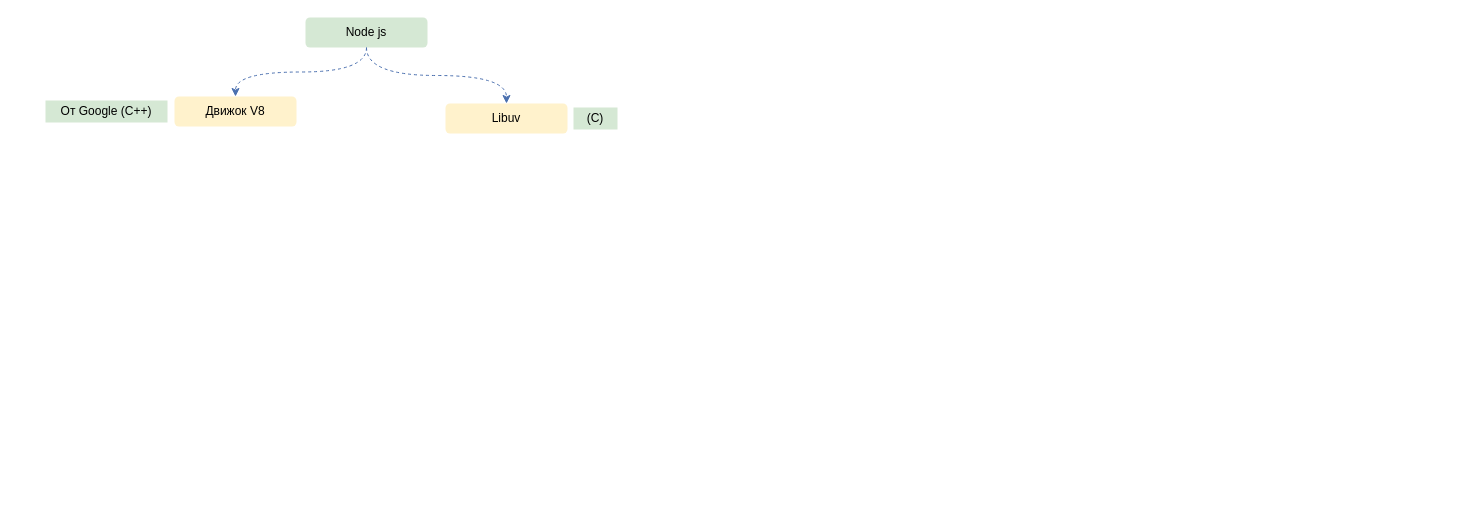
Earlier version of the draw.io diagram Nodejs.drawio (orlov-oleg-developer/uml-diagrams). Source tidied: cells renumbered, new cells numbered last; positions are measured from the earlier drawing's top-left corner, leaving out a move shared by most shapes. Both pictures are drawn from the tidied source at 100%, with x=0, y=0 at pixel (45, 17).
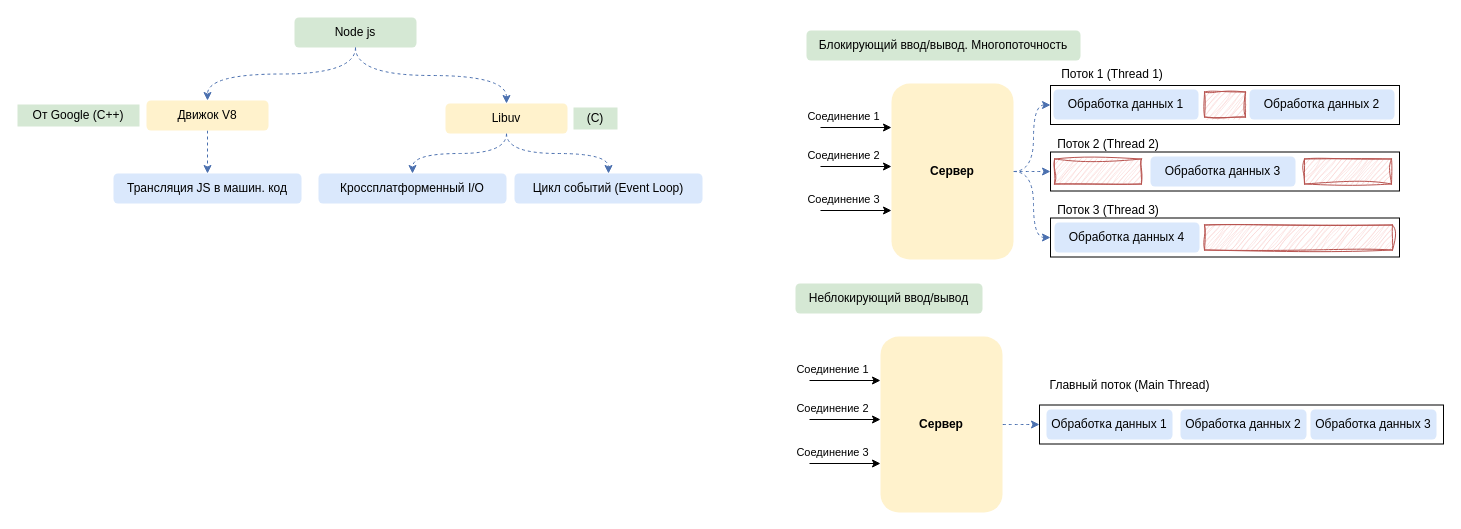
Above is the later version.

Unchanged cells that the change refers to:
```xml
<mxCell id="5" value="Libuv" style="text;html=1;strokeColor=none;fillColor=#fff2cc;align=center;verticalAlign=middle;whiteSpace=wrap;rounded=1;" parent="1" vertex="1">
  <mxGeometry x="400" y="86" width="122" height="30" as="geometry" />
</mxCell>
```

Change to the diagram source:
```diff
@@
+    <mxCell id="9" style="rounded=0;whiteSpace=wrap;html=1;fillColor=none;" parent="1" vertex="1">
+      <mxGeometry x="994" y="387.5" width="404" height="39" as="geometry" />
+    </mxCell>
@@
     <mxCell id="3" value="Node js" style="text;html=1;strokeColor=none;fillColor=#d5e8d4;align=center;verticalAlign=middle;whiteSpace=wrap;rounded=1;" parent="1" vertex="1">
-      <mxGeometry x="260" width="122" height="30" as="geometry" />
+      <mxGeometry x="249" width="122" height="30" as="geometry" />
     </mxCell>
+    <mxCell id="10" style="edgeStyle=orthogonalEdgeStyle;rounded=0;jettySize=auto;html=1;entryX=0.5;entryY=0;entryDx=0;entryDy=0;strokeColor=#4B70AF;dashed=1;fillColor=#1ba1e2;" parent="1" edge="1" source="4" target="13">
+      <mxGeometry relative="1" as="geometry" />
+    </mxCell>
     <mxCell id="4" value="Движок V8" style="text;html=1;strokeColor=none;fillColor=#fff2cc;align=center;verticalAlign=middle;whiteSpace=wrap;rounded=1;" parent="1" vertex="1">
-      <mxGeometry x="129" y="79" width="122" height="30" as="geometry" />
+      <mxGeometry x="101" y="83" width="122" height="30" as="geometry" />
     </mxCell>
+    <mxCell id="11" style="edgeStyle=orthogonalEdgeStyle;rounded=0;jettySize=auto;html=1;entryX=0.5;entryY=0;entryDx=0;entryDy=0;strokeColor=#4B70AF;dashed=1;fillColor=#1ba1e2;curved=1;" parent="1" edge="1" source="5" target="14">
+      <mxGeometry relative="1" as="geometry" />
+    </mxCell>
+    <mxCell id="12" style="edgeStyle=orthogonalEdgeStyle;rounded=0;jettySize=auto;html=1;entryX=0.5;entryY=0;entryDx=0;entryDy=0;strokeColor=#4B70AF;dashed=1;fillColor=#1ba1e2;curved=1;" parent="1" edge="1" source="5" target="15">
+      <mxGeometry relative="1" as="geometry" />
+    </mxCell>
@@
     <mxCell id="7" value="От Google (C++)" style="text;html=1;strokeColor=none;fillColor=#d5e8d4;align=center;verticalAlign=middle;whiteSpace=wrap;rounded=0;" parent="1" vertex="1">
-      <mxGeometry y="83" width="122" height="22" as="geometry" />
+      <mxGeometry x="-28" y="87" width="122" height="22" as="geometry" />
     </mxCell>
@@
+    <mxCell id="13" value="Трансляция JS в машин. код" style="text;html=1;strokeColor=none;fillColor=#dae8fc;align=center;verticalAlign=middle;whiteSpace=wrap;rounded=1;" parent="1" vertex="1">
+      <mxGeometry x="68" y="156" width="188" height="30" as="geometry" />
+    </mxCell>
+    <mxCell id="14" value="Кроссплатформенный I/O" style="text;html=1;strokeColor=none;fillColor=#dae8fc;align=center;verticalAlign=middle;whiteSpace=wrap;rounded=1;" parent="1" vertex="1">
+      <mxGeometry x="273" y="156" width="188" height="30" as="geometry" />
+    </mxCell>
+    <mxCell id="15" value="Цикл событий (Event Loop)" style="text;html=1;strokeColor=none;fillColor=#dae8fc;align=center;verticalAlign=middle;whiteSpace=wrap;rounded=1;" parent="1" vertex="1">
+      <mxGeometry x="469" y="156" width="188" height="30" as="geometry" />
+    </mxCell>
+    <mxCell id="16" value="Блокирующий ввод/вывод. Многопоточность" style="text;html=1;strokeColor=none;fillColor=#d5e8d4;align=center;verticalAlign=middle;whiteSpace=wrap;rounded=1;" parent="1" vertex="1">
+      <mxGeometry x="761" y="13" width="274" height="30" as="geometry" />
+    </mxCell>
+    <mxCell id="17" style="edgeStyle=orthogonalEdgeStyle;rounded=0;jettySize=auto;html=1;entryX=0;entryY=0.5;entryDx=0;entryDy=0;strokeColor=#4B70AF;dashed=1;fillColor=#1ba1e2;curved=1;" parent="1" edge="1" source="20" target="32">
+      <mxGeometry relative="1" as="geometry" />
+    </mxCell>
+    <mxCell id="18" style="edgeStyle=orthogonalEdgeStyle;rounded=0;jettySize=auto;html=1;entryX=0;entryY=0.5;entryDx=0;entryDy=0;strokeColor=#4B70AF;dashed=1;fillColor=#1ba1e2;curved=1;" parent="1" edge="1" source="20" target="33">
+      <mxGeometry relative="1" as="geometry" />
+    </mxCell>
+    <mxCell id="19" style="edgeStyle=orthogonalEdgeStyle;rounded=0;jettySize=auto;html=1;entryX=0;entryY=0.5;entryDx=0;entryDy=0;strokeColor=#4B70AF;dashed=1;fillColor=#1ba1e2;curved=1;" parent="1" edge="1" source="20" target="34">
+      <mxGeometry relative="1" as="geometry" />
+    </mxCell>
+    <mxCell id="20" value="Сервер" style="text;html=1;strokeColor=none;fillColor=#fff2cc;align=center;verticalAlign=middle;whiteSpace=wrap;rounded=1;fontStyle=1;" parent="1" vertex="1">
+      <mxGeometry x="846" y="66" width="122" height="176" as="geometry" />
+    </mxCell>
+    <mxCell id="21" style="endArrow=classic;html=1;rounded=0;entryX=0;entryY=0.25;entryDx=0;entryDy=0;" parent="1" edge="1" target="20">
+      <mxGeometry relative="1" as="geometry">
+        <mxPoint x="775" y="110" as="sourcePoint" />
+      </mxGeometry>
+    </mxCell>
+    <mxCell id="22" value="Соединение 1" style="edgeLabel;html=1;align=center;verticalAlign=middle;" parent="21" vertex="1">
+      <mxGeometry x="-0.13" y="-1" relative="1" as="geometry">
+        <mxPoint x="-9" y="-13" as="offset" />
+      </mxGeometry>
+    </mxCell>
+    <mxCell id="23" style="endArrow=classic;html=1;rounded=0;entryX=0;entryY=0.25;entryDx=0;entryDy=0;" parent="1" edge="1">
+      <mxGeometry relative="1" as="geometry">
+        <mxPoint x="775" y="149" as="sourcePoint" />
+        <mxPoint x="846" y="149" as="targetPoint" />
+      </mxGeometry>
+    </mxCell>
+    <mxCell id="24" value="Соединение 2" style="edgeLabel;html=1;align=center;verticalAlign=middle;" parent="23" vertex="1">
+      <mxGeometry x="-0.13" y="-1" relative="1" as="geometry">
+        <mxPoint x="-9" y="-13" as="offset" />
+      </mxGeometry>
+    </mxCell>
+    <mxCell id="25" style="endArrow=classic;html=1;rounded=0;entryX=0;entryY=0.25;entryDx=0;entryDy=0;" parent="1" edge="1">
+      <mxGeometry relative="1" as="geometry">
+        <mxPoint x="775" y="193" as="sourcePoint" />
+        <mxPoint x="846" y="193" as="targetPoint" />
+      </mxGeometry>
+    </mxCell>
+    <mxCell id="26" value="Соединение 3" style="edgeLabel;html=1;align=center;verticalAlign=middle;" parent="25" vertex="1">
+      <mxGeometry x="-0.13" y="-1" relative="1" as="geometry">
+        <mxPoint x="-9" y="-13" as="offset" />
+      </mxGeometry>
+    </mxCell>
+    <mxCell id="27" value="Обработка данных 1" style="text;html=1;strokeColor=none;fillColor=#dae8fc;align=center;verticalAlign=middle;whiteSpace=wrap;rounded=1;" parent="1" vertex="1">
+      <mxGeometry x="1008" y="72" width="145" height="30" as="geometry" />
+    </mxCell>
+    <mxCell id="28" value="Поток 1 (Thread 1)" style="text;html=1;strokeColor=none;fillColor=none;align=center;verticalAlign=middle;whiteSpace=wrap;rounded=0;" parent="1" vertex="1">
+      <mxGeometry x="1009" y="42" width="116" height="30" as="geometry" />
+    </mxCell>
+    <mxCell id="29" value="Обработка данных 2" style="text;html=1;strokeColor=none;fillColor=#dae8fc;align=center;verticalAlign=middle;whiteSpace=wrap;rounded=1;" parent="1" vertex="1">
+      <mxGeometry x="1204" y="72" width="145" height="30" as="geometry" />
+    </mxCell>
+    <mxCell id="30" value="Обработка данных 3" style="text;html=1;strokeColor=none;fillColor=#dae8fc;align=center;verticalAlign=middle;whiteSpace=wrap;rounded=1;" parent="1" vertex="1">
+      <mxGeometry x="1105" y="139" width="145" height="30" as="geometry" />
+    </mxCell>
+    <mxCell id="31" value="Обработка данных 4" style="text;html=1;strokeColor=none;fillColor=#dae8fc;align=center;verticalAlign=middle;whiteSpace=wrap;rounded=1;" parent="1" vertex="1">
+      <mxGeometry x="1009" y="205" width="145" height="30" as="geometry" />
+    </mxCell>
+    <mxCell id="32" style="rounded=0;whiteSpace=wrap;html=1;fillColor=none;" parent="1" vertex="1">
+      <mxGeometry x="1005" y="68" width="349" height="39" as="geometry" />
+    </mxCell>
+    <mxCell id="33" style="rounded=0;whiteSpace=wrap;html=1;fillColor=none;" parent="1" vertex="1">
+      <mxGeometry x="1005" y="134.5" width="349" height="39" as="geometry" />
+    </mxCell>
+    <mxCell id="34" style="rounded=0;whiteSpace=wrap;html=1;fillColor=none;" parent="1" vertex="1">
+      <mxGeometry x="1005" y="200.5" width="349" height="39" as="geometry" />
+    </mxCell>
+    <mxCell id="35" style="rounded=0;whiteSpace=wrap;html=1;sketch=1;curveFitting=1;jiggle=2;fillColor=#f8cecc;strokeColor=#b85450;" parent="1" vertex="1">
+      <mxGeometry x="1159" y="74.5" width="41" height="25" as="geometry" />
+    </mxCell>
+    <mxCell id="36" style="rounded=0;whiteSpace=wrap;html=1;sketch=1;curveFitting=1;jiggle=2;fillColor=#f8cecc;strokeColor=#b85450;" parent="1" vertex="1">
+      <mxGeometry x="1009" y="141.5" width="87" height="25" as="geometry" />
+    </mxCell>
+    <mxCell id="37" style="rounded=0;whiteSpace=wrap;html=1;sketch=1;curveFitting=1;jiggle=2;fillColor=#f8cecc;strokeColor=#b85450;" parent="1" vertex="1">
+      <mxGeometry x="1259" y="141.5" width="87" height="25" as="geometry" />
+    </mxCell>
+    <mxCell id="38" style="rounded=0;whiteSpace=wrap;html=1;sketch=1;curveFitting=1;jiggle=2;fillColor=#f8cecc;strokeColor=#b85450;" parent="1" vertex="1">
+      <mxGeometry x="1159" y="207.5" width="188" height="25" as="geometry" />
+    </mxCell>
+    <mxCell id="39" value="Неблокирующий ввод/вывод" style="text;html=1;strokeColor=none;fillColor=#d5e8d4;align=center;verticalAlign=middle;whiteSpace=wrap;rounded=1;" parent="1" vertex="1">
+      <mxGeometry x="750" y="266" width="187" height="30" as="geometry" />
+    </mxCell>
+    <mxCell id="40" style="edgeStyle=orthogonalEdgeStyle;rounded=0;jettySize=auto;html=1;entryX=0;entryY=0.5;entryDx=0;entryDy=0;strokeColor=#4B70AF;dashed=1;fillColor=#1ba1e2;curved=1;" parent="1" edge="1" source="41" target="9">
+      <mxGeometry relative="1" as="geometry" />
+    </mxCell>
+    <mxCell id="41" value="Сервер" style="text;html=1;strokeColor=none;fillColor=#fff2cc;align=center;verticalAlign=middle;whiteSpace=wrap;rounded=1;fontStyle=1;" parent="1" vertex="1">
+      <mxGeometry x="835" y="319" width="122" height="176" as="geometry" />
+    </mxCell>
+    <mxCell id="42" style="endArrow=classic;html=1;rounded=0;entryX=0;entryY=0.25;entryDx=0;entryDy=0;" parent="1" edge="1" target="41">
+      <mxGeometry relative="1" as="geometry">
+        <mxPoint x="764" y="363" as="sourcePoint" />
+      </mxGeometry>
+    </mxCell>
+    <mxCell id="43" value="Соединение 1" style="edgeLabel;html=1;align=center;verticalAlign=middle;" parent="42" vertex="1">
+      <mxGeometry x="-0.13" y="-1" relative="1" as="geometry">
+        <mxPoint x="-9" y="-13" as="offset" />
+      </mxGeometry>
+    </mxCell>
+    <mxCell id="44" style="endArrow=classic;html=1;rounded=0;entryX=0;entryY=0.25;entryDx=0;entryDy=0;" parent="1" edge="1">
+      <mxGeometry relative="1" as="geometry">
+        <mxPoint x="764" y="402" as="sourcePoint" />
+        <mxPoint x="835" y="402" as="targetPoint" />
+      </mxGeometry>
+    </mxCell>
+    <mxCell id="45" value="Соединение 2" style="edgeLabel;html=1;align=center;verticalAlign=middle;" parent="44" vertex="1">
+      <mxGeometry x="-0.13" y="-1" relative="1" as="geometry">
+        <mxPoint x="-9" y="-13" as="offset" />
+      </mxGeometry>
+    </mxCell>
+    <mxCell id="46" style="endArrow=classic;html=1;rounded=0;entryX=0;entryY=0.25;entryDx=0;entryDy=0;" parent="1" edge="1">
+      <mxGeometry relative="1" as="geometry">
+        <mxPoint x="764" y="446" as="sourcePoint" />
+        <mxPoint x="835" y="446" as="targetPoint" />
+      </mxGeometry>
+    </mxCell>
+    <mxCell id="47" value="Соединение 3" style="edgeLabel;html=1;align=center;verticalAlign=middle;" parent="46" vertex="1">
+      <mxGeometry x="-0.13" y="-1" relative="1" as="geometry">
+        <mxPoint x="-9" y="-13" as="offset" />
+      </mxGeometry>
+    </mxCell>
+    <mxCell id="48" value="Обработка данных 1" style="text;html=1;strokeColor=none;fillColor=#dae8fc;align=center;verticalAlign=middle;whiteSpace=wrap;rounded=1;" parent="1" vertex="1">
+      <mxGeometry x="1001" y="392" width="126" height="30" as="geometry" />
+    </mxCell>
+    <mxCell id="49" value="Главный поток (Main Thread)" style="text;html=1;strokeColor=none;fillColor=none;align=center;verticalAlign=middle;whiteSpace=wrap;rounded=0;" parent="1" vertex="1">
+      <mxGeometry x="994.5" y="353" width="178.5" height="30" as="geometry" />
+    </mxCell>
+    <mxCell id="50" value="Поток 2 (Thread 2)" style="text;html=1;strokeColor=none;fillColor=none;align=center;verticalAlign=middle;whiteSpace=wrap;rounded=0;" parent="1" vertex="1">
+      <mxGeometry x="1005" y="111.5" width="116" height="30" as="geometry" />
+    </mxCell>
+    <mxCell id="51" value="Поток 3 (Thread 3)" style="text;html=1;strokeColor=none;fillColor=none;align=center;verticalAlign=middle;whiteSpace=wrap;rounded=0;" parent="1" vertex="1">
+      <mxGeometry x="1005" y="177.5" width="116" height="30" as="geometry" />
+    </mxCell>
+    <mxCell id="52" value="Обработка данных 2" style="text;html=1;strokeColor=none;fillColor=#dae8fc;align=center;verticalAlign=middle;whiteSpace=wrap;rounded=1;" parent="1" vertex="1">
+      <mxGeometry x="1135" y="392" width="126" height="30" as="geometry" />
+    </mxCell>
+    <mxCell id="53" value="Обработка данных 3" style="text;html=1;strokeColor=none;fillColor=#dae8fc;align=center;verticalAlign=middle;whiteSpace=wrap;rounded=1;" parent="1" vertex="1">
+      <mxGeometry x="1265" y="392" width="126" height="30" as="geometry" />
+    </mxCell>
```
